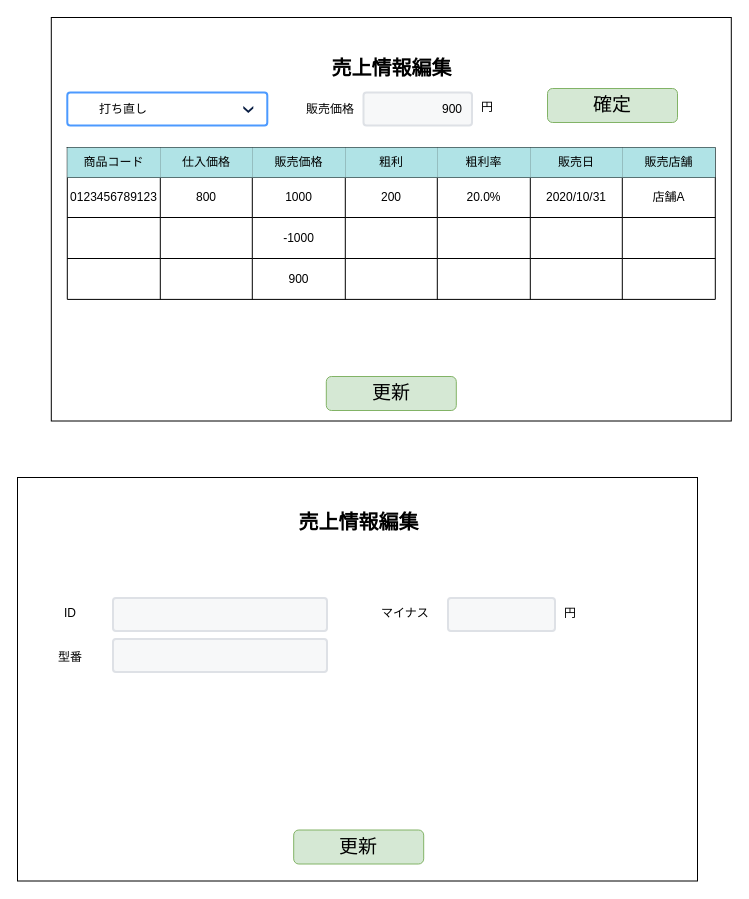
This is page "S11-04 売上情報編集(返金・返品)" (4 of 4) of 各種設計書/6.画面設計書/S11_売上.drawio from HaruShim/Sotuken, a draw.io file, before an edit. Source tidied: cells renumbered, new cells numbered last; positions are measured from the earlier drawing's top-left corner, leaving out a move shared by most shapes. Both pictures are drawn from the tidied source at 100%, with x=0, y=0 at pixel (17, 17).
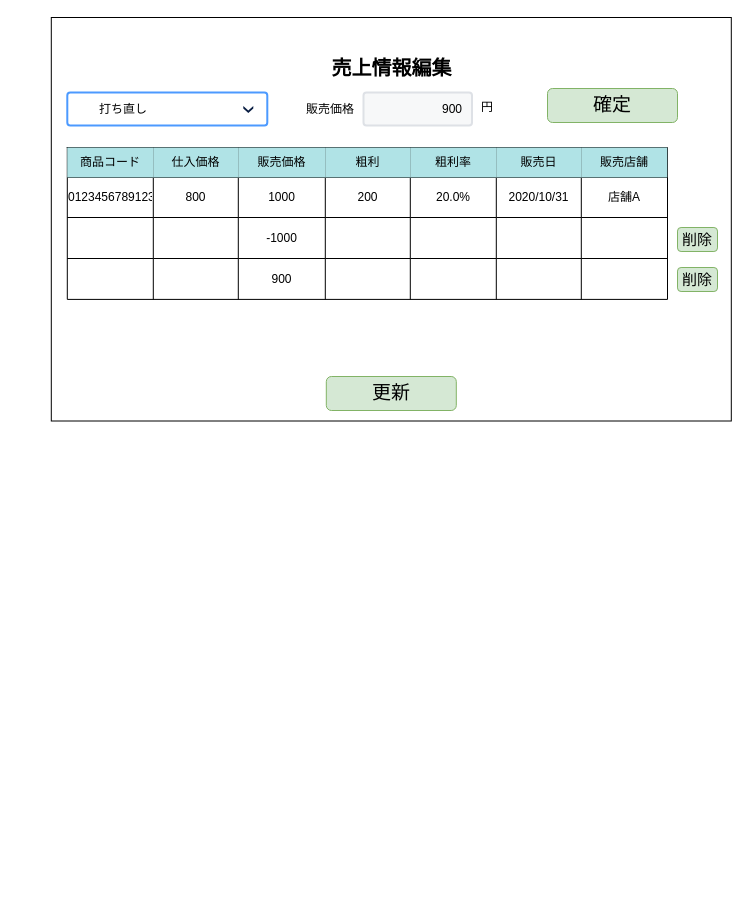
The same diagram, later.

Diff of the diagram source:
```diff
@@
     <mxCell id="5" style="shape=table;startSize=0;childLayout=tableLayout;" parent="1" vertex="1">
-      <mxGeometry x="49.8" y="130" width="648" height="151.9" as="geometry" />
+      <mxGeometry x="49.8" y="130" width="600.2" height="151.9" as="geometry" />
     </mxCell>
     <mxCell id="6" style="shape=partialRectangle;fillColor=none;top=0;left=0;bottom=0;right=0;" parent="5" vertex="1">
-      <mxGeometry width="648" height="30" as="geometry" />
+      <mxGeometry width="600.2" height="30" as="geometry" />
     </mxCell>
     <mxCell id="7" value="商品コード" style="shape=partialRectangle;html=1;whiteSpace=wrap;overflow=hidden;fillColor=#b0e3e6;top=0;left=0;bottom=0;right=0;strokeColor=#0e8088;" parent="6" vertex="1">
-      <mxGeometry width="93" height="30" as="geometry" />
+      <mxGeometry width="86" height="30" as="geometry" />
     </mxCell>
     <mxCell id="8" value="仕入価格" style="shape=partialRectangle;html=1;whiteSpace=wrap;overflow=hidden;fillColor=#b0e3e6;top=0;left=0;bottom=0;right=0;strokeColor=#0e8088;" parent="6" vertex="1">
-      <mxGeometry x="93" width="92" height="30" as="geometry" />
+      <mxGeometry x="86" width="85" height="30" as="geometry" />
     </mxCell>
     <mxCell id="9" value="販売価格" style="shape=partialRectangle;html=1;whiteSpace=wrap;overflow=hidden;fillColor=#b0e3e6;top=0;left=0;bottom=0;right=0;strokeColor=#0e8088;" parent="6" vertex="1">
-      <mxGeometry x="185" width="93" height="30" as="geometry" />
+      <mxGeometry x="171" width="87" height="30" as="geometry" />
     </mxCell>
     <mxCell id="10" value="粗利" style="shape=partialRectangle;html=1;whiteSpace=wrap;overflow=hidden;fillColor=#b0e3e6;top=0;left=0;bottom=0;right=0;strokeColor=#0e8088;" parent="6" vertex="1">
-      <mxGeometry x="278" width="92" height="30" as="geometry" />
+      <mxGeometry x="258" width="85" height="30" as="geometry" />
     </mxCell>
     <mxCell id="11" value="粗利率" style="shape=partialRectangle;html=1;whiteSpace=wrap;overflow=hidden;fillColor=#b0e3e6;top=0;left=0;bottom=0;right=0;strokeColor=#0e8088;" parent="6" vertex="1">
-      <mxGeometry x="370" width="93" height="30" as="geometry" />
+      <mxGeometry x="343" width="86" height="30" as="geometry" />
     </mxCell>
     <mxCell id="12" value="販売日" style="shape=partialRectangle;html=1;whiteSpace=wrap;overflow=hidden;fillColor=#b0e3e6;top=0;left=0;bottom=0;right=0;strokeColor=#0e8088;" parent="6" vertex="1">
-      <mxGeometry x="463" width="92" height="30" as="geometry" />
+      <mxGeometry x="429" width="85" height="30" as="geometry" />
     </mxCell>
     <mxCell id="13" value="販売店舗" style="shape=partialRectangle;html=1;whiteSpace=wrap;overflow=hidden;fillColor=#b0e3e6;top=0;left=0;bottom=0;right=0;strokeColor=#0e8088;" parent="6" vertex="1">
-      <mxGeometry x="555" width="93" height="30" as="geometry" />
+      <mxGeometry x="514" width="86" height="30" as="geometry" />
     </mxCell>
     <mxCell id="14" style="shape=partialRectangle;fillColor=none;top=0;left=0;bottom=0;right=0;" parent="5" vertex="1">
-      <mxGeometry y="30" width="648" height="40" as="geometry" />
+      <mxGeometry y="30" width="600.2" height="40" as="geometry" />
     </mxCell>
     <mxCell id="15" value="&lt;span style=&quot;text-align: left&quot;&gt;0123456789123&lt;/span&gt;" style="shape=partialRectangle;html=1;whiteSpace=wrap;overflow=hidden;fillColor=none;top=0;left=0;bottom=0;right=0;" parent="14" vertex="1">
-      <mxGeometry width="93" height="40" as="geometry" />
+      <mxGeometry width="86" height="40" as="geometry" />
     </mxCell>
     <mxCell id="16" value="800" style="shape=partialRectangle;html=1;whiteSpace=wrap;overflow=hidden;fillColor=none;top=0;left=0;bottom=0;right=0;" parent="14" vertex="1">
-      <mxGeometry x="93" width="92" height="40" as="geometry" />
+      <mxGeometry x="86" width="85" height="40" as="geometry" />
     </mxCell>
     <mxCell id="17" value="1000" style="shape=partialRectangle;html=1;whiteSpace=wrap;overflow=hidden;fillColor=none;top=0;left=0;bottom=0;right=0;" parent="14" vertex="1">
-      <mxGeometry x="185" width="93" height="40" as="geometry" />
+      <mxGeometry x="171" width="87" height="40" as="geometry" />
     </mxCell>
     <mxCell id="18" value="200" style="shape=partialRectangle;html=1;whiteSpace=wrap;overflow=hidden;fillColor=none;top=0;left=0;bottom=0;right=0;" parent="14" vertex="1">
-      <mxGeometry x="278" width="92" height="40" as="geometry" />
+      <mxGeometry x="258" width="85" height="40" as="geometry" />
     </mxCell>
     <mxCell id="19" value="20.0%" style="shape=partialRectangle;html=1;whiteSpace=wrap;overflow=hidden;fillColor=none;top=0;left=0;bottom=0;right=0;" parent="14" vertex="1">
-      <mxGeometry x="370" width="93" height="40" as="geometry" />
+      <mxGeometry x="343" width="86" height="40" as="geometry" />
     </mxCell>
     <mxCell id="20" value="2020/10/31" style="shape=partialRectangle;html=1;whiteSpace=wrap;overflow=hidden;fillColor=none;top=0;left=0;bottom=0;right=0;" parent="14" vertex="1">
-      <mxGeometry x="463" width="92" height="40" as="geometry" />
+      <mxGeometry x="429" width="85" height="40" as="geometry" />
     </mxCell>
     <mxCell id="21" value="店舗A" style="shape=partialRectangle;html=1;whiteSpace=wrap;overflow=hidden;fillColor=none;top=0;left=0;bottom=0;right=0;" parent="14" vertex="1">
-      <mxGeometry x="555" width="93" height="40" as="geometry" />
+      <mxGeometry x="514" width="86" height="40" as="geometry" />
     </mxCell>
     <mxCell id="22" style="shape=partialRectangle;fillColor=none;top=0;left=0;bottom=0;right=0;" parent="5" vertex="1">
-      <mxGeometry y="70" width="648" height="41" as="geometry" />
+      <mxGeometry y="70" width="600.2" height="41" as="geometry" />
     </mxCell>
     <mxCell id="23" style="shape=partialRectangle;html=1;whiteSpace=wrap;overflow=hidden;fillColor=none;top=0;left=0;bottom=0;right=0;" parent="22" vertex="1">
-      <mxGeometry width="93" height="41" as="geometry" />
+      <mxGeometry width="86" height="41" as="geometry" />
     </mxCell>
     <mxCell id="24" style="shape=partialRectangle;html=1;whiteSpace=wrap;overflow=hidden;fillColor=none;top=0;left=0;bottom=0;right=0;" parent="22" vertex="1">
-      <mxGeometry x="93" width="92" height="41" as="geometry" />
+      <mxGeometry x="86" width="85" height="41" as="geometry" />
     </mxCell>
     <mxCell id="25" value="-1000" style="shape=partialRectangle;html=1;whiteSpace=wrap;overflow=hidden;fillColor=none;top=0;left=0;bottom=0;right=0;" parent="22" vertex="1">
-      <mxGeometry x="185" width="93" height="41" as="geometry" />
+      <mxGeometry x="171" width="87" height="41" as="geometry" />
     </mxCell>
     <mxCell id="26" style="shape=partialRectangle;html=1;whiteSpace=wrap;overflow=hidden;fillColor=none;top=0;left=0;bottom=0;right=0;" parent="22" vertex="1">
-      <mxGeometry x="278" width="92" height="41" as="geometry" />
+      <mxGeometry x="258" width="85" height="41" as="geometry" />
     </mxCell>
     <mxCell id="27" style="shape=partialRectangle;html=1;whiteSpace=wrap;overflow=hidden;fillColor=none;top=0;left=0;bottom=0;right=0;" parent="22" vertex="1">
-      <mxGeometry x="370" width="93" height="41" as="geometry" />
+      <mxGeometry x="343" width="86" height="41" as="geometry" />
     </mxCell>
     <mxCell id="28" style="shape=partialRectangle;html=1;whiteSpace=wrap;overflow=hidden;fillColor=none;top=0;left=0;bottom=0;right=0;" parent="22" vertex="1">
-      <mxGeometry x="463" width="92" height="41" as="geometry" />
+      <mxGeometry x="429" width="85" height="41" as="geometry" />
     </mxCell>
     <mxCell id="29" style="shape=partialRectangle;html=1;whiteSpace=wrap;overflow=hidden;fillColor=none;top=0;left=0;bottom=0;right=0;" parent="22" vertex="1">
-      <mxGeometry x="555" width="93" height="41" as="geometry" />
+      <mxGeometry x="514" width="86" height="41" as="geometry" />
     </mxCell>
     <mxCell id="30" style="shape=partialRectangle;fillColor=none;top=0;left=0;bottom=0;right=0;" parent="5" vertex="1">
-      <mxGeometry y="111" width="648" height="41" as="geometry" />
+      <mxGeometry y="111" width="600.2" height="41" as="geometry" />
     </mxCell>
     <mxCell id="31" style="shape=partialRectangle;html=1;whiteSpace=wrap;overflow=hidden;fillColor=none;top=0;left=0;bottom=0;right=0;" parent="30" vertex="1">
-      <mxGeometry width="93" height="41" as="geometry" />
+      <mxGeometry width="86" height="41" as="geometry" />
     </mxCell>
     <mxCell id="32" style="shape=partialRectangle;html=1;whiteSpace=wrap;overflow=hidden;fillColor=none;top=0;left=0;bottom=0;right=0;" parent="30" vertex="1">
-      <mxGeometry x="93" width="92" height="41" as="geometry" />
+      <mxGeometry x="86" width="85" height="41" as="geometry" />
     </mxCell>
     <mxCell id="33" value="900" style="shape=partialRectangle;html=1;whiteSpace=wrap;overflow=hidden;fillColor=none;top=0;left=0;bottom=0;right=0;" parent="30" vertex="1">
-      <mxGeometry x="185" width="93" height="41" as="geometry" />
+      <mxGeometry x="171" width="87" height="41" as="geometry" />
     </mxCell>
     <mxCell id="34" style="shape=partialRectangle;html=1;whiteSpace=wrap;overflow=hidden;fillColor=none;top=0;left=0;bottom=0;right=0;" parent="30" vertex="1">
-      <mxGeometry x="278" width="92" height="41" as="geometry" />
+      <mxGeometry x="258" width="85" height="41" as="geometry" />
     </mxCell>
     <mxCell id="35" style="shape=partialRectangle;html=1;whiteSpace=wrap;overflow=hidden;fillColor=none;top=0;left=0;bottom=0;right=0;" parent="30" vertex="1">
-      <mxGeometry x="370" width="93" height="41" as="geometry" />
+      <mxGeometry x="343" width="86" height="41" as="geometry" />
     </mxCell>
     <mxCell id="36" style="shape=partialRectangle;html=1;whiteSpace=wrap;overflow=hidden;fillColor=none;top=0;left=0;bottom=0;right=0;" parent="30" vertex="1">
-      <mxGeometry x="463" width="92" height="41" as="geometry" />
+      <mxGeometry x="429" width="85" height="41" as="geometry" />
     </mxCell>
     <mxCell id="37" style="shape=partialRectangle;html=1;whiteSpace=wrap;overflow=hidden;fillColor=none;top=0;left=0;bottom=0;right=0;" parent="30" vertex="1">
-      <mxGeometry x="555" width="93" height="41" as="geometry" />
+      <mxGeometry x="514" width="86" height="41" as="geometry" />
     </mxCell>
@@
-    <mxCell id="44" style="rounded=0;whiteSpace=wrap;html=1;" parent="1" vertex="1">
-      <mxGeometry y="460" width="680" height="403.5" as="geometry" />
-    </mxCell>
-    <mxCell id="45" value="売上情報編集" style="text;html=1;strokeColor=none;fillColor=none;align=center;verticalAlign=middle;whiteSpace=wrap;rounded=0;fontColor=default;fontStyle=1;fontSize=20;" parent="1" vertex="1">
-      <mxGeometry x="260" y="478.5" width="162.5" height="50" as="geometry" />
-    </mxCell>
-    <mxCell id="46" value="&lt;span style=&quot;font-size: 19px&quot;&gt;更新&lt;/span&gt;" style="rounded=1;whiteSpace=wrap;html=1;align=center;labelBackgroundColor=none;fillColor=#d5e8d4;strokeColor=#82b366;" parent="1" vertex="1">
-      <mxGeometry x="276.2" y="812.5" width="130" height="34" as="geometry" />
-    </mxCell>
-    <mxCell id="47" style="rounded=1;arcSize=9;fillColor=#F7F8F9;align=left;spacingLeft=5;strokeColor=#DEE1E6;html=1;strokeWidth=2;fontSize=12;" parent="1" vertex="1">
-      <mxGeometry x="95.5" y="580.5" width="214" height="33" as="geometry" />
-    </mxCell>
-    <mxCell id="48" value="ID" style="text;html=1;strokeColor=none;fillColor=none;align=center;verticalAlign=middle;whiteSpace=wrap;rounded=0;" parent="1" vertex="1">
-      <mxGeometry x="19.5" y="580.5" width="66" height="30" as="geometry" />
-    </mxCell>
-    <mxCell id="49" value="型番" style="text;html=1;strokeColor=none;fillColor=none;align=center;verticalAlign=middle;whiteSpace=wrap;rounded=0;" parent="1" vertex="1">
-      <mxGeometry x="2.5" y="624.5" width="100" height="30" as="geometry" />
-    </mxCell>
-    <mxCell id="50" style="rounded=1;arcSize=9;fillColor=#F7F8F9;align=left;spacingLeft=5;strokeColor=#DEE1E6;html=1;strokeWidth=2;fontSize=12;" parent="1" vertex="1">
-      <mxGeometry x="430.5" y="580.5" width="107" height="33" as="geometry" />
-    </mxCell>
-    <mxCell id="51" value="マイナス" style="text;html=1;strokeColor=none;fillColor=none;align=center;verticalAlign=middle;whiteSpace=wrap;rounded=0;" parent="1" vertex="1">
-      <mxGeometry x="354.5" y="580.5" width="66" height="30" as="geometry" />
-    </mxCell>
-    <mxCell id="52" value="円" style="text;html=1;strokeColor=none;fillColor=none;align=center;verticalAlign=middle;whiteSpace=wrap;rounded=0;" parent="1" vertex="1">
-      <mxGeometry x="537.5" y="580.5" width="30" height="30" as="geometry" />
-    </mxCell>
-    <mxCell id="53" style="rounded=1;arcSize=9;fillColor=#F7F8F9;align=left;spacingLeft=5;strokeColor=#DEE1E6;html=1;strokeWidth=2;fontSize=12;" parent="1" vertex="1">
-      <mxGeometry x="95.5" y="621.5" width="214" height="33" as="geometry" />
-    </mxCell>
+    <mxCell id="55" value="&lt;font style=&quot;font-size: 15px&quot;&gt;削除&lt;/font&gt;" style="rounded=1;whiteSpace=wrap;html=1;align=center;labelBackgroundColor=none;fillColor=#d5e8d4;strokeColor=#82b366;" parent="1" vertex="1">
+      <mxGeometry x="660" y="210" width="40" height="24" as="geometry" />
+    </mxCell>
+    <mxCell id="56" value="&lt;font style=&quot;font-size: 15px&quot;&gt;削除&lt;/font&gt;" style="rounded=1;whiteSpace=wrap;html=1;align=center;labelBackgroundColor=none;fillColor=#d5e8d4;strokeColor=#82b366;" parent="1" vertex="1">
+      <mxGeometry x="660" y="250" width="40" height="24" as="geometry" />
+    </mxCell>
```
